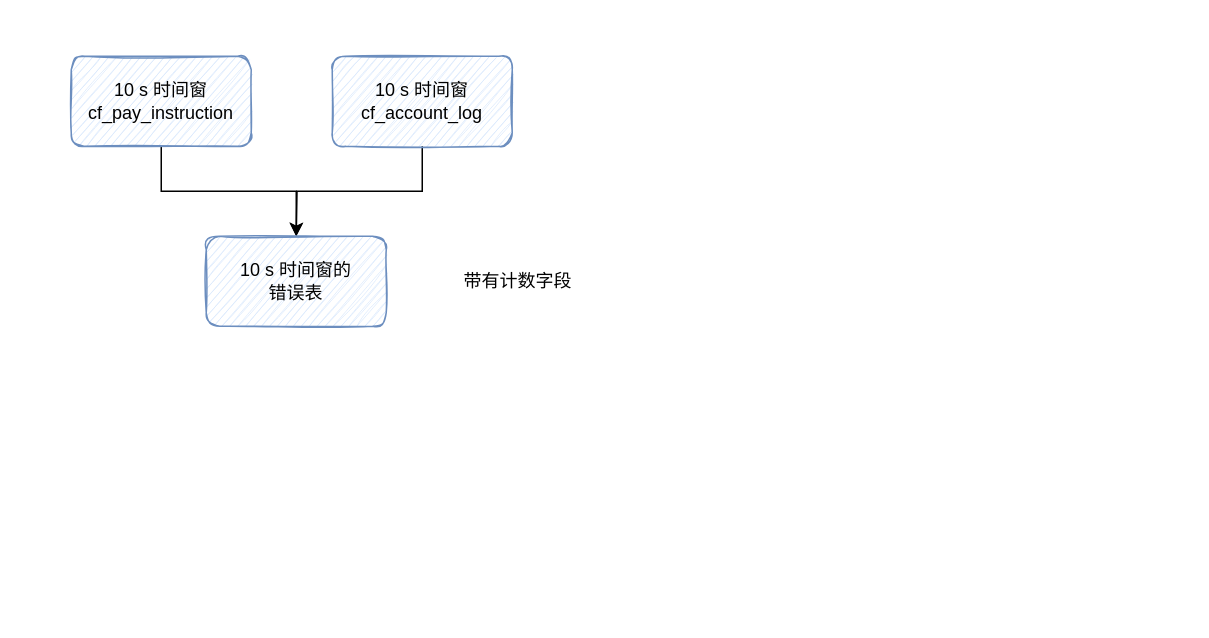
Above: 技术方案.drawio in Lichit-bot/hello-computer (draw.io), before the change. Source tidied: cells renumbered, new cells numbered last; positions are measured from the earlier drawing's top-left corner, leaving out a move shared by most shapes. Both pictures are drawn from the tidied source at 150%, with x=0, y=0 at pixel (70, 56).
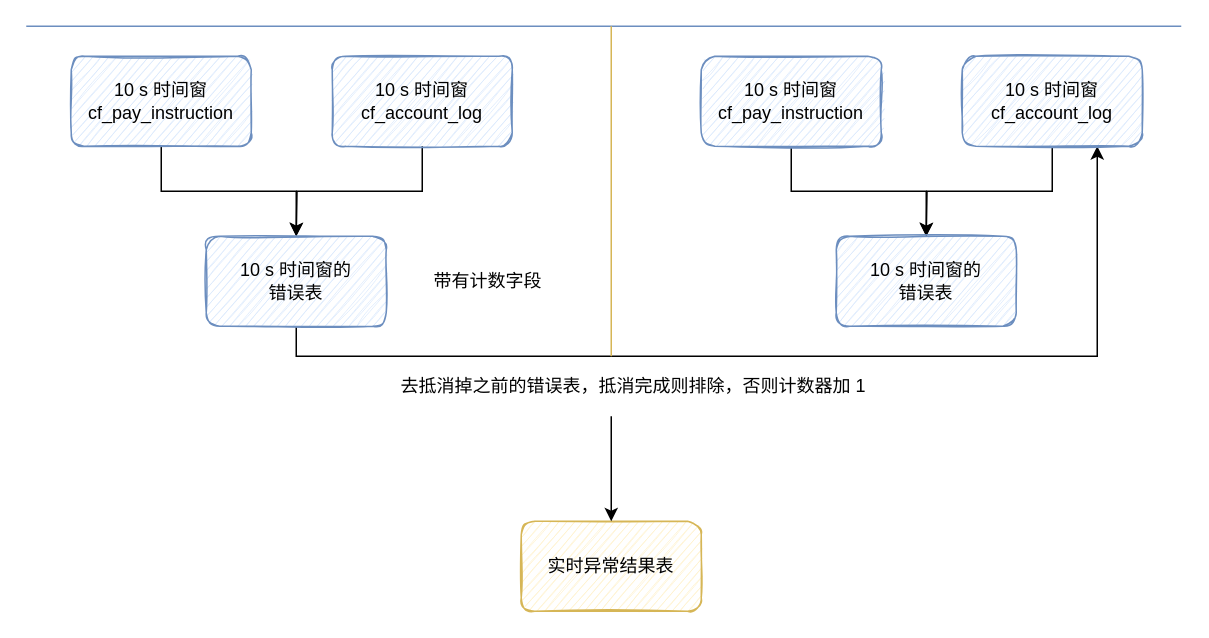
The same page after the edit.

Commit message (it also covers changes not shown here):
更新技术方案.drawio

Unchanged cells that the change refers to:
```xml
<mxCell id="6" value="10 s 时间窗的&lt;br&gt;错误表" style="rounded=1;whiteSpace=wrap;html=1;sketch=1;fillColor=#dae8fc;strokeColor=#6c8ebf;" parent="1" vertex="1">
  <mxGeometry x="90" y="120" width="120" height="60" as="geometry" />
</mxCell>
```

The edit, as a diff of the source:
```diff
@@
+    <mxCell id="8" style="edgeStyle=orthogonalEdgeStyle;rounded=0;jettySize=auto;html=1;exitX=0.5;exitY=1;exitDx=0;exitDy=0;entryX=0.75;entryY=1;entryDx=0;entryDy=0;" parent="1" edge="1" source="6" target="14">
+      <mxGeometry relative="1" as="geometry" />
+    </mxCell>
@@
     <mxCell id="7" value="带有计数字段" style="text;html=1;strokeColor=none;fillColor=none;align=center;verticalAlign=middle;whiteSpace=wrap;rounded=0;sketch=1;" parent="1" vertex="1">
-      <mxGeometry x="240" y="140" width="116" height="20" as="geometry" />
+      <mxGeometry x="220" y="140" width="116" height="20" as="geometry" />
     </mxCell>
+    <mxCell id="9" style="endArrow=none;html=1;fillColor=#dae8fc;strokeColor=#6c8ebf;" parent="1" edge="1">
+      <mxGeometry relative="1" as="geometry">
+        <mxPoint x="-30" y="-20" as="sourcePoint" />
+        <mxPoint x="740" y="-20" as="targetPoint" />
+      </mxGeometry>
+    </mxCell>
+    <mxCell id="10" style="endArrow=none;html=1;fillColor=#fff2cc;strokeColor=#d6b656;" parent="1" edge="1">
+      <mxGeometry relative="1" as="geometry">
+        <mxPoint x="360" y="200" as="sourcePoint" />
+        <mxPoint x="360" y="-20" as="targetPoint" />
+      </mxGeometry>
+    </mxCell>
+    <mxCell id="11" style="edgeStyle=orthogonalEdgeStyle;rounded=0;jettySize=auto;html=1;exitX=0.5;exitY=1;exitDx=0;exitDy=0;entryX=0.5;entryY=0;entryDx=0;entryDy=0;" parent="1" edge="1" source="12" target="15">
+      <mxGeometry relative="1" as="geometry" />
+    </mxCell>
+    <mxCell id="12" value="10 s 时间窗&lt;br&gt;cf_pay_instruction" style="rounded=1;whiteSpace=wrap;html=1;fillColor=#dae8fc;strokeColor=#6c8ebf;sketch=1;" parent="1" vertex="1">
+      <mxGeometry x="420" width="120" height="60" as="geometry" />
+    </mxCell>
+    <mxCell id="13" style="edgeStyle=orthogonalEdgeStyle;rounded=0;jettySize=auto;html=1;exitX=0.5;exitY=1;exitDx=0;exitDy=0;" parent="1" edge="1" source="14">
+      <mxGeometry relative="1" as="geometry">
+        <mxPoint x="570" y="120" as="targetPoint" />
+      </mxGeometry>
+    </mxCell>
+    <mxCell id="14" value="10 s 时间窗&lt;br&gt;cf_account_log" style="rounded=1;whiteSpace=wrap;html=1;fillColor=#dae8fc;strokeColor=#6c8ebf;sketch=1;" parent="1" vertex="1">
+      <mxGeometry x="594" width="120" height="60" as="geometry" />
+    </mxCell>
+    <mxCell id="15" value="10 s 时间窗的&lt;br&gt;错误表" style="rounded=1;whiteSpace=wrap;html=1;sketch=1;fillColor=#dae8fc;strokeColor=#6c8ebf;" parent="1" vertex="1">
+      <mxGeometry x="510" y="120" width="120" height="60" as="geometry" />
+    </mxCell>
+    <mxCell id="16" value="去抵消掉之前的错误表，抵消完成则排除，否则计数器加 1" style="text;html=1;strokeColor=none;fillColor=none;align=center;verticalAlign=middle;whiteSpace=wrap;rounded=0;sketch=1;" parent="1" vertex="1">
+      <mxGeometry x="150" y="210" width="450" height="20" as="geometry" />
+    </mxCell>
+    <mxCell id="17" value="实时异常结果表" style="rounded=1;whiteSpace=wrap;html=1;sketch=1;fillColor=#fff2cc;strokeColor=#d6b656;" parent="1" vertex="1">
+      <mxGeometry x="300" y="310" width="120" height="60" as="geometry" />
+    </mxCell>
+    <mxCell id="18" style="endArrow=classic;html=1;entryX=0.5;entryY=0;entryDx=0;entryDy=0;" parent="1" edge="1" target="17">
+      <mxGeometry relative="1" as="geometry">
+        <mxPoint x="360" y="240" as="sourcePoint" />
+      </mxGeometry>
+    </mxCell>
```
